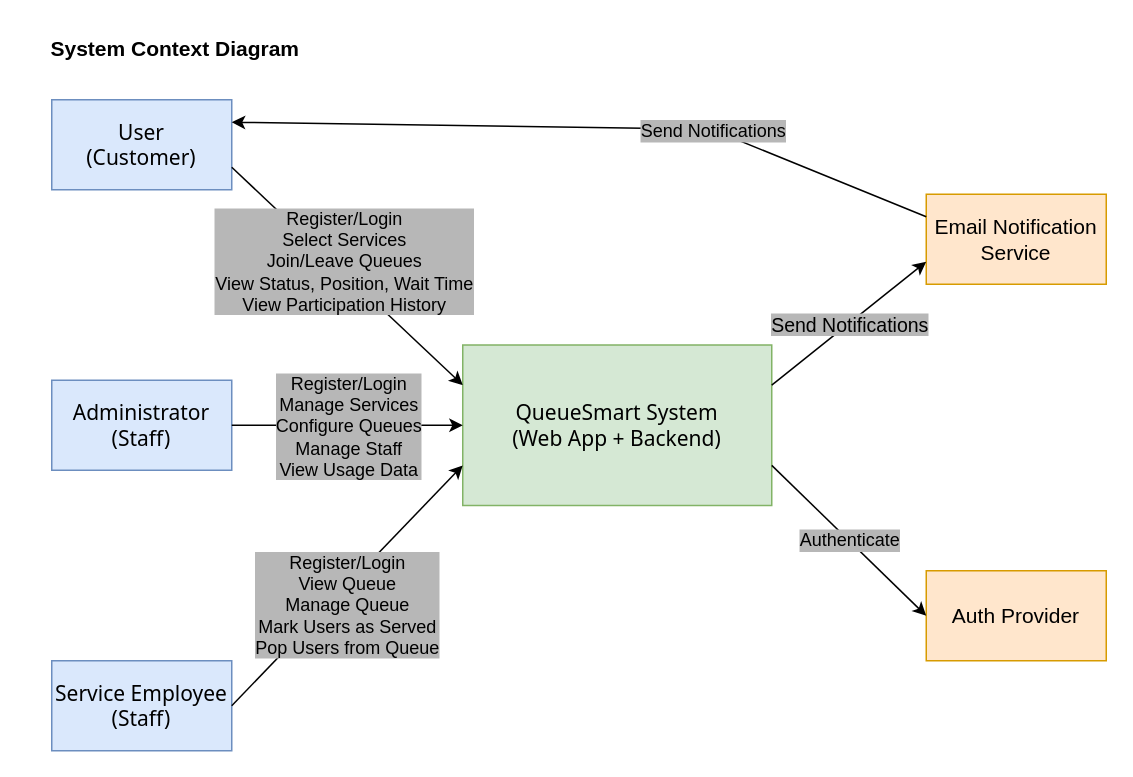
The draw.io diagram Assignment 1/diagrams/system_context_diagram.drawio in tommy-truo/queue-smart, before the edit. Source tidied: cells renumbered, new cells numbered last; positions are measured from the earlier drawing's top-left corner, leaving out a move shared by most shapes. Both pictures are drawn from the tidied source at 150%, with x=0, y=0 at pixel (26, 26).
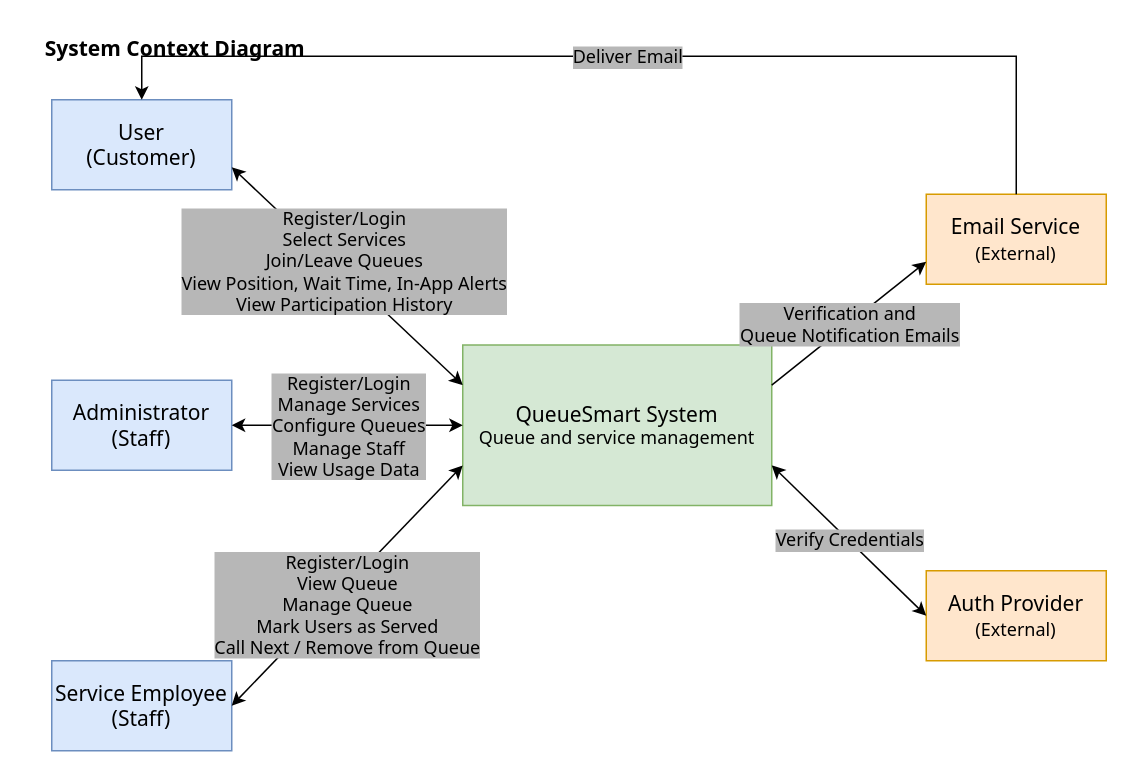
The same page after the edit.

What changed in the source:
```diff
@@
-    <mxCell id="2" value="&lt;font style=&quot;font-size: 14px;&quot;&gt;QueueSmart System&lt;/font&gt;&lt;div&gt;&lt;font style=&quot;font-size: 14px;&quot;&gt;(Web App + Backend)&lt;/font&gt;&lt;/div&gt;" style="rounded=0;whiteSpace=wrap;html=1;fillColor=#d5e8d4;strokeColor=#82b366;fontFamily=Tahoma;" parent="1" vertex="1">
+    <mxCell id="2" value="&lt;font style=&quot;font-size: 14px;&quot;&gt;QueueSmart System&lt;/font&gt;&lt;div&gt;&lt;font style=&quot;font-size: 12px;&quot;&gt;Queue and service management&lt;/font&gt;&lt;/div&gt;" style="rounded=0;whiteSpace=wrap;html=1;fillColor=#d5e8d4;strokeColor=#82b366;fontFamily=Tahoma;" parent="1" vertex="1">
       <mxGeometry x="291" y="212.5" width="206" height="107" as="geometry" />
     </mxCell>
-    <mxCell id="3" value="&lt;font face=&quot;Tahoma&quot; style=&quot;font-size: 14px;&quot;&gt;User&lt;/font&gt;&lt;div&gt;&lt;font face=&quot;Tahoma&quot; style=&quot;font-size: 14px;&quot;&gt;(Customer)&lt;/font&gt;&lt;/div&gt;" style="rounded=0;whiteSpace=wrap;html=1;fillColor=#dae8fc;strokeColor=#6c8ebf;" parent="1" vertex="1">
+    <mxCell id="3" value="&lt;font face=&quot;Tahoma&quot; style=&quot;font-size: 14px;&quot;&gt;User&lt;/font&gt;&lt;div&gt;&lt;font face=&quot;Tahoma&quot; style=&quot;font-size: 14px;&quot;&gt;(Customer)&lt;/font&gt;&lt;/div&gt;" style="rounded=0;whiteSpace=wrap;html=1;fillColor=#dae8fc;strokeColor=#6c8ebf;fontFamily=Tahoma;" parent="1" vertex="1">
       <mxGeometry x="17" y="49" width="120" height="60" as="geometry" />
     </mxCell>
-    <mxCell id="4" value="&lt;font face=&quot;Tahoma&quot;&gt;&lt;span style=&quot;font-size: 14px;&quot;&gt;Administrator&lt;/span&gt;&lt;/font&gt;&lt;div&gt;&lt;font face=&quot;Tahoma&quot;&gt;&lt;span style=&quot;font-size: 14px;&quot;&gt;(Staff)&lt;/span&gt;&lt;/font&gt;&lt;/div&gt;" style="rounded=0;whiteSpace=wrap;html=1;fillColor=#dae8fc;strokeColor=#6c8ebf;" parent="1" vertex="1">
+    <mxCell id="4" value="&lt;font face=&quot;Tahoma&quot;&gt;&lt;span style=&quot;font-size: 14px;&quot;&gt;Administrator&lt;/span&gt;&lt;/font&gt;&lt;div&gt;&lt;font face=&quot;Tahoma&quot;&gt;&lt;span style=&quot;font-size: 14px;&quot;&gt;(Staff)&lt;/span&gt;&lt;/font&gt;&lt;/div&gt;" style="rounded=0;whiteSpace=wrap;html=1;fillColor=#dae8fc;strokeColor=#6c8ebf;fontFamily=Tahoma;" parent="1" vertex="1">
       <mxGeometry x="17" y="236" width="120" height="60" as="geometry" />
     </mxCell>
-    <mxCell id="5" value="&lt;font face=&quot;Tahoma&quot;&gt;&lt;span style=&quot;font-size: 14px;&quot;&gt;Service Employee&lt;/span&gt;&lt;/font&gt;&lt;br&gt;&lt;div&gt;&lt;font face=&quot;Tahoma&quot;&gt;&lt;span style=&quot;font-size: 14px;&quot;&gt;(Staff)&lt;/span&gt;&lt;/font&gt;&lt;/div&gt;" style="rounded=0;whiteSpace=wrap;html=1;fillColor=#dae8fc;strokeColor=#6c8ebf;" parent="1" vertex="1">
+    <mxCell id="5" value="&lt;font face=&quot;Tahoma&quot;&gt;&lt;span style=&quot;font-size: 14px;&quot;&gt;Service Employee&lt;/span&gt;&lt;/font&gt;&lt;br&gt;&lt;div&gt;&lt;font face=&quot;Tahoma&quot;&gt;&lt;span style=&quot;font-size: 14px;&quot;&gt;(Staff)&lt;/span&gt;&lt;/font&gt;&lt;/div&gt;" style="rounded=0;whiteSpace=wrap;html=1;fillColor=#dae8fc;strokeColor=#6c8ebf;fontFamily=Tahoma;" parent="1" vertex="1">
       <mxGeometry x="17" y="423" width="120" height="60" as="geometry" />
     </mxCell>
-    <mxCell id="6" style="endArrow=classic;html=1;rounded=0;exitX=1;exitY=0.75;exitDx=0;exitDy=0;entryX=0;entryY=0.25;entryDx=0;entryDy=0;" parent="1" edge="1" source="3" target="2">
+    <mxCell id="6" style="endArrow=classic;startArrow=classic;startFill=1;html=1;rounded=0;exitX=1;exitY=0.75;exitDx=0;exitDy=0;entryX=0;entryY=0.25;entryDx=0;entryDy=0;fontFamily=Tahoma;" parent="1" edge="1" source="3" target="2">
       <mxGeometry relative="1" as="geometry" />
     </mxCell>
-    <mxCell id="7" value="&lt;div&gt;Register/Login&lt;/div&gt;&lt;div&gt;Select Services&lt;/div&gt;Join/Leave Queues&lt;div&gt;View Status, Position, Wait Time&lt;/div&gt;&lt;div&gt;View Participation History&lt;/div&gt;" style="edgeLabel;html=1;align=center;verticalAlign=middle;labelBackgroundColor=#B7B7B7;fontSize=12;" parent="6" vertex="1">
+    <mxCell id="7" value="&lt;div&gt;Register/Login&lt;/div&gt;&lt;div&gt;Select Services&lt;/div&gt;Join/Leave Queues&lt;div&gt;View Position, Wait Time, In-App Alerts&lt;/div&gt;&lt;div&gt;View Participation History&lt;/div&gt;" style="edgeLabel;html=1;align=center;verticalAlign=middle;labelBackgroundColor=#B7B7B7;fontSize=12;fontFamily=Tahoma;" parent="6" vertex="1">
       <mxGeometry relative="1" as="geometry">
         <mxPoint x="-3" y="-10" as="offset" />
       </mxGeometry>
     </mxCell>
-    <mxCell id="8" style="endArrow=classic;html=1;rounded=0;exitX=1;exitY=0.5;exitDx=0;exitDy=0;entryX=0;entryY=0.5;entryDx=0;entryDy=0;" parent="1" edge="1" source="4" target="2">
+    <mxCell id="8" style="endArrow=classic;startArrow=classic;startFill=1;html=1;rounded=0;exitX=1;exitY=0.5;exitDx=0;exitDy=0;entryX=0;entryY=0.5;entryDx=0;entryDy=0;fontFamily=Tahoma;" parent="1" edge="1" source="4" target="2">
       <mxGeometry relative="1" as="geometry" />
     </mxCell>
-    <mxCell id="9" value="&lt;div&gt;Register/Login&lt;/div&gt;Manage Services&lt;div&gt;Configure Queues&lt;/div&gt;&lt;div&gt;Manage Staff&lt;/div&gt;&lt;div&gt;View Usage Data&lt;/div&gt;" style="edgeLabel;html=1;align=center;verticalAlign=middle;labelBackgroundColor=#B7B7B7;fontSize=12;" parent="8" vertex="1">
+    <mxCell id="9" value="&lt;div&gt;Register/Login&lt;/div&gt;Manage Services&lt;div&gt;Configure Queues&lt;/div&gt;&lt;div&gt;Manage Staff&lt;/div&gt;&lt;div&gt;View Usage Data&lt;/div&gt;" style="edgeLabel;html=1;align=center;verticalAlign=middle;labelBackgroundColor=#B7B7B7;fontSize=12;fontFamily=Tahoma;" parent="8" vertex="1">
       <mxGeometry relative="1" as="geometry" />
     </mxCell>
-    <mxCell id="10" style="endArrow=classic;html=1;rounded=0;exitX=1;exitY=0.5;exitDx=0;exitDy=0;entryX=0;entryY=0.75;entryDx=0;entryDy=0;" parent="1" edge="1" source="5" target="2">
+    <mxCell id="10" style="endArrow=classic;startArrow=classic;startFill=1;html=1;rounded=0;exitX=1;exitY=0.5;exitDx=0;exitDy=0;entryX=0;entryY=0.75;entryDx=0;entryDy=0;fontFamily=Tahoma;" parent="1" edge="1" source="5" target="2">
       <mxGeometry relative="1" as="geometry" />
     </mxCell>
-    <mxCell id="11" value="&lt;div&gt;Register/Login&lt;/div&gt;View Queue&lt;div&gt;Manage Queue&lt;/div&gt;&lt;div&gt;Mark Users as Served&lt;/div&gt;&lt;div&gt;Pop Users from Queue&lt;/div&gt;" style="edgeLabel;html=1;align=center;verticalAlign=middle;fontSize=12;labelBackgroundColor=#B7B7B7;" parent="10" vertex="1">
+    <mxCell id="11" value="&lt;div&gt;Register/Login&lt;/div&gt;View Queue&lt;div&gt;Manage Queue&lt;/div&gt;&lt;div&gt;Mark Users as Served&lt;/div&gt;&lt;div&gt;Call Next / Remove from Queue&lt;/div&gt;" style="edgeLabel;html=1;align=center;verticalAlign=middle;fontSize=12;labelBackgroundColor=#B7B7B7;fontFamily=Tahoma;" parent="10" vertex="1">
       <mxGeometry relative="1" as="geometry">
         <mxPoint y="13" as="offset" />
       </mxGeometry>
     </mxCell>
-    <mxCell id="12" value="Email Notification Service" style="rounded=0;whiteSpace=wrap;html=1;fontSize=14;fillColor=#ffe6cc;strokeColor=#d79b00;" parent="1" vertex="1">
+    <mxCell id="12" value="Email Service&lt;div&gt;&lt;font style=&quot;font-size: 12px;&quot;&gt;(External)&lt;/font&gt;&lt;/div&gt;" style="rounded=0;whiteSpace=wrap;html=1;fontSize=14;fillColor=#ffe6cc;strokeColor=#d79b00;fontFamily=Tahoma;" parent="1" vertex="1">
       <mxGeometry x="600" y="112" width="120" height="60" as="geometry" />
     </mxCell>
-    <mxCell id="13" value="Auth Provider" style="rounded=0;whiteSpace=wrap;html=1;fontSize=14;fillColor=#ffe6cc;strokeColor=#d79b00;" parent="1" vertex="1">
+    <mxCell id="13" value="Auth Provider&lt;div&gt;&lt;font style=&quot;font-size: 12px;&quot;&gt;(External)&lt;/font&gt;&lt;/div&gt;" style="rounded=0;whiteSpace=wrap;html=1;fontSize=14;fillColor=#ffe6cc;strokeColor=#d79b00;fontFamily=Tahoma;" parent="1" vertex="1">
       <mxGeometry x="600" y="363" width="120" height="60" as="geometry" />
     </mxCell>
-    <mxCell id="14" style="endArrow=classic;html=1;rounded=0;entryX=0;entryY=0.75;entryDx=0;entryDy=0;exitX=1;exitY=0.25;exitDx=0;exitDy=0;" parent="1" edge="1" source="2" target="12">
+    <mxCell id="14" style="endArrow=classic;html=1;rounded=0;entryX=0;entryY=0.75;entryDx=0;entryDy=0;exitX=1;exitY=0.25;exitDx=0;exitDy=0;fontFamily=Tahoma;" parent="1" edge="1" source="2" target="12">
       <mxGeometry relative="1" as="geometry" />
     </mxCell>
-    <mxCell id="15" value="Send Notifications" style="edgeLabel;html=1;align=center;verticalAlign=middle;labelBackgroundColor=#B7B7B7;fontSize=13;" parent="14" vertex="1">
+    <mxCell id="15" value="&lt;div&gt;Verification and&lt;/div&gt;&lt;div&gt;Queue Notification Emails&lt;/div&gt;" style="edgeLabel;html=1;align=center;verticalAlign=middle;labelBackgroundColor=#B7B7B7;fontSize=12;fontFamily=Tahoma;" parent="14" vertex="1">
       <mxGeometry relative="1" as="geometry" />
     </mxCell>
-    <mxCell id="16" style="endArrow=classic;html=1;rounded=0;exitX=0;exitY=0.25;exitDx=0;exitDy=0;entryX=1;entryY=0.25;entryDx=0;entryDy=0;" parent="1" edge="1" source="12" target="3">
+    <mxCell id="16" style="endArrow=classic;html=1;rounded=0;exitX=0.5;exitY=0;exitDx=0;exitDy=0;entryX=0.5;entryY=0;entryDx=0;entryDy=0;fontFamily=Tahoma;" parent="1" edge="1" source="12" target="3">
       <mxGeometry relative="1" as="geometry">
         <Array as="points">
-          <mxPoint x="456.8" y="68.7" />
+          <mxPoint x="660" y="20" />
+          <mxPoint x="77" y="20" />
         </Array>
       </mxGeometry>
     </mxCell>
-    <mxCell id="17" value="Send Notifications" style="edgeLabel;html=1;align=center;verticalAlign=middle;labelBackgroundColor=#B7B7B7;fontSize=12;" parent="16" vertex="1">
-      <mxGeometry relative="1" as="geometry">
-        <mxPoint x="83" y="2" as="offset" />
-      </mxGeometry>
+    <mxCell id="17" value="Deliver Email" style="edgeLabel;html=1;align=center;verticalAlign=middle;labelBackgroundColor=#B7B7B7;fontSize=12;fontFamily=Tahoma;" parent="16" vertex="1">
+      <mxGeometry relative="1" as="geometry" />
     </mxCell>
-    <mxCell id="18" style="endArrow=classic;html=1;rounded=0;entryX=0;entryY=0.5;entryDx=0;entryDy=0;exitX=1;exitY=0.75;exitDx=0;exitDy=0;" parent="1" edge="1" source="2" target="13">
+    <mxCell id="18" style="endArrow=classic;startArrow=classic;startFill=1;html=1;rounded=0;entryX=0;entryY=0.5;entryDx=0;entryDy=0;exitX=1;exitY=0.75;exitDx=0;exitDy=0;fontFamily=Tahoma;" parent="1" edge="1" source="2" target="13">
       <mxGeometry relative="1" as="geometry" />
     </mxCell>
-    <mxCell id="19" value="Authenticate" style="edgeLabel;html=1;align=center;verticalAlign=middle;labelBackgroundColor=#B7B7B7;fontSize=12;" parent="18" vertex="1">
+    <mxCell id="19" value="Verify Credentials" style="edgeLabel;html=1;align=center;verticalAlign=middle;labelBackgroundColor=#B7B7B7;fontSize=12;fontFamily=Tahoma;" parent="18" vertex="1">
       <mxGeometry relative="1" as="geometry" />
     </mxCell>
-    <mxCell id="20" value="&lt;b&gt;&lt;font style=&quot;font-size: 14px;&quot;&gt;System Context Diagram&lt;/font&gt;&lt;/b&gt;" style="text;html=1;whiteSpace=wrap;strokeColor=none;fillColor=none;align=center;verticalAlign=middle;rounded=0;" parent="1" vertex="1">
+    <mxCell id="20" value="&lt;b&gt;&lt;font style=&quot;font-size: 14px;&quot;&gt;System Context Diagram&lt;/font&gt;&lt;/b&gt;" style="text;html=1;whiteSpace=wrap;strokeColor=none;fillColor=none;align=center;verticalAlign=middle;rounded=0;fontFamily=Tahoma;" parent="1" vertex="1">
       <mxGeometry width="199" height="30" as="geometry" />
     </mxCell>
```
